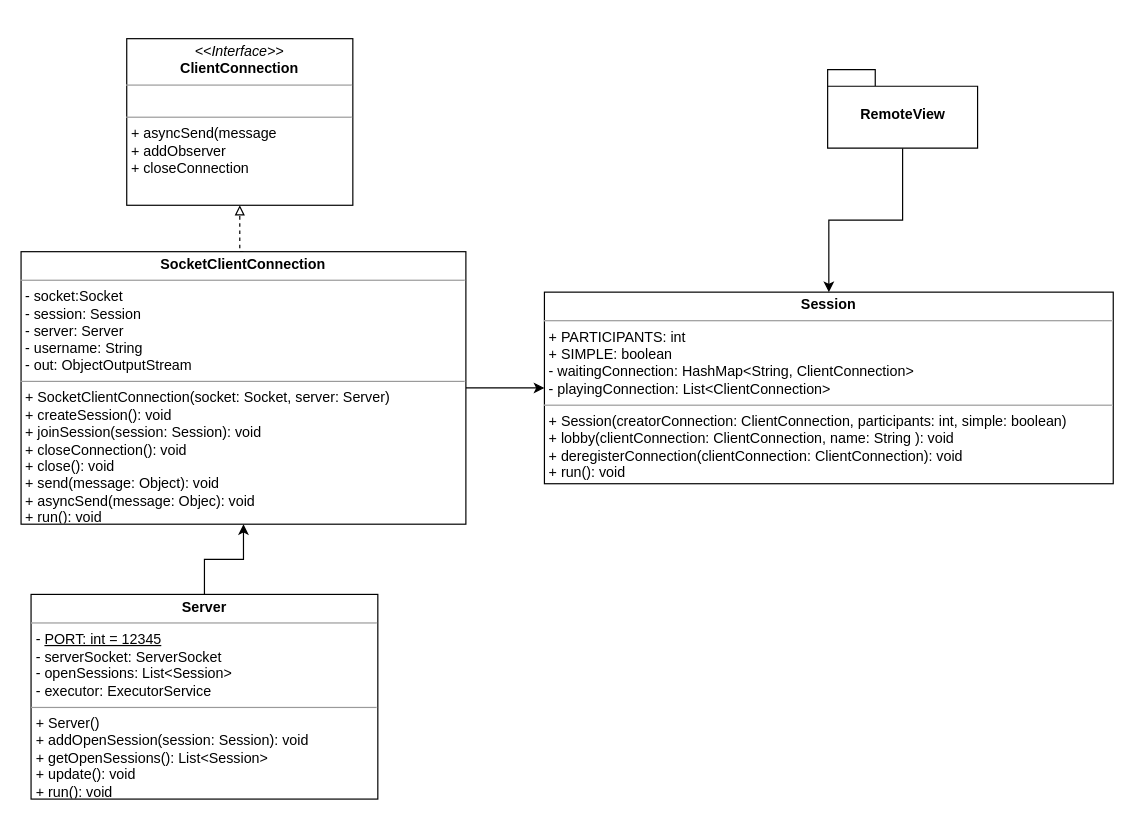
Before: UML/Server.drawio in peppetort/POLIMI_SE_19-20_santorini, a draw.io diagram. Source tidied: cells renumbered, new cells numbered last; positions are measured from the earlier drawing's top-left corner, leaving out a move shared by most shapes. Both pictures are drawn from the tidied source at 119%, with x=0, y=0 at pixel (20, 38).
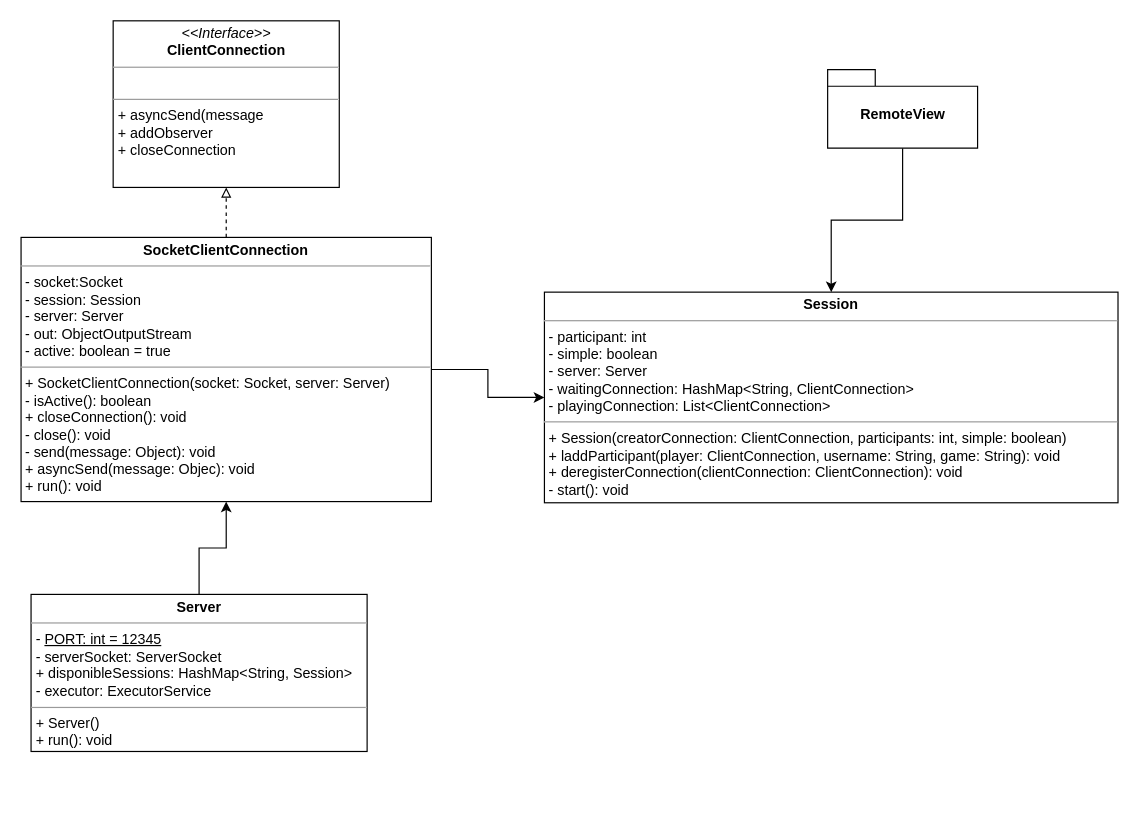
Above is the later version.

Commit message (it also covers changes not shown here):
Modificato UML e rivista parte di rete

The edit, as a diff of the source:
```diff
@@
 <mxGraphModel>
   <root>
     <mxCell id="0" />
     <mxCell id="1" parent="0" />
-    <mxCell id="2" value="&lt;p style=&quot;margin: 0px ; margin-top: 4px ; text-align: center&quot;&gt;&lt;b&gt;Server&lt;/b&gt;&lt;/p&gt;&lt;hr size=&quot;1&quot;&gt;&lt;p style=&quot;margin: 0px ; margin-left: 4px&quot;&gt;&lt;span&gt;-&amp;nbsp;&lt;/span&gt;&lt;u&gt;PORT: int = 12345&lt;/u&gt;&lt;br&gt;&lt;/p&gt;&lt;p style=&quot;margin: 0px ; margin-left: 4px&quot;&gt;- serverSocket: ServerSocket&lt;/p&gt;&lt;p style=&quot;margin: 0px ; margin-left: 4px&quot;&gt;- openSessions: List&amp;lt;Session&amp;gt;&lt;/p&gt;&lt;p style=&quot;margin: 0px ; margin-left: 4px&quot;&gt;- executor: ExecutorService&lt;/p&gt;&lt;hr size=&quot;1&quot;&gt;&lt;p style=&quot;margin: 0px ; margin-left: 4px&quot;&gt;+ Server()&lt;/p&gt;&lt;p style=&quot;margin: 0px ; margin-left: 4px&quot;&gt;+ addOpenSession(session: Session): void&lt;/p&gt;&lt;p style=&quot;margin: 0px ; margin-left: 4px&quot;&gt;&lt;span&gt;+ getOpenSessions(): List&amp;lt;Session&amp;gt;&lt;/span&gt;&lt;/p&gt;&lt;p style=&quot;margin: 0px ; margin-left: 4px&quot;&gt;&lt;span&gt;+ update(): void&lt;/span&gt;&lt;/p&gt;&lt;p style=&quot;margin: 0px ; margin-left: 4px&quot;&gt;&lt;span&gt;+ run(): void&lt;/span&gt;&lt;br&gt;&lt;/p&gt;" style="verticalAlign=top;align=left;overflow=fill;fontSize=12;fontFamily=Helvetica;html=1;" parent="1" vertex="1">
-      <mxGeometry x="8.6" y="467" width="291.4" height="172" as="geometry" />
+    <mxCell id="2" value="&lt;p style=&quot;margin: 0px ; margin-top: 4px ; text-align: center&quot;&gt;&lt;b&gt;Server&lt;/b&gt;&lt;/p&gt;&lt;hr size=&quot;1&quot;&gt;&lt;p style=&quot;margin: 0px ; margin-left: 4px&quot;&gt;&lt;span&gt;-&amp;nbsp;&lt;/span&gt;&lt;u&gt;PORT: int = 12345&lt;/u&gt;&lt;br&gt;&lt;/p&gt;&lt;p style=&quot;margin: 0px ; margin-left: 4px&quot;&gt;- serverSocket: ServerSocket&lt;/p&gt;&lt;p style=&quot;margin: 0px ; margin-left: 4px&quot;&gt;+ disponibleSessions: HashMap&amp;lt;String, Session&amp;gt;&lt;/p&gt;&lt;p style=&quot;margin: 0px ; margin-left: 4px&quot;&gt;- executor: ExecutorService&lt;/p&gt;&lt;hr size=&quot;1&quot;&gt;&lt;p style=&quot;margin: 0px ; margin-left: 4px&quot;&gt;+ Server()&lt;/p&gt;&lt;p style=&quot;margin: 0px ; margin-left: 4px&quot;&gt;&lt;span&gt;+ run(): void&lt;/span&gt;&lt;br&gt;&lt;/p&gt;" style="verticalAlign=top;align=left;overflow=fill;fontSize=12;fontFamily=Helvetica;html=1;" parent="1" vertex="1">
+      <mxGeometry x="8.6" y="467" width="282.4" height="132" as="geometry" />
     </mxCell>
     <mxCell id="3" style="edgeStyle=orthogonalEdgeStyle;rounded=0;jettySize=auto;html=1;entryX=0.5;entryY=1;entryDx=0;entryDy=0;endArrow=block;endFill=0;dashed=1;exitX=0.5;exitY=0;exitDx=0;exitDy=0;" parent="1" edge="1" source="5" target="6">
       <mxGeometry relative="1" as="geometry" />
     </mxCell>
     <mxCell id="4" style="edgeStyle=orthogonalEdgeStyle;rounded=0;jettySize=auto;html=1;endArrow=classic;endFill=1;" parent="1" edge="1" source="5" target="8">
       <mxGeometry relative="1" as="geometry" />
     </mxCell>
-    <mxCell id="5" value="&lt;p style=&quot;margin: 0px ; margin-top: 4px ; text-align: center&quot;&gt;&lt;b&gt;SocketClientConnection&lt;/b&gt;&lt;/p&gt;&lt;hr size=&quot;1&quot;&gt;&lt;p style=&quot;margin: 0px ; margin-left: 4px&quot;&gt;- socket:Socket&lt;/p&gt;&lt;p style=&quot;margin: 0px ; margin-left: 4px&quot;&gt;- session: Session&lt;/p&gt;&lt;p style=&quot;margin: 0px ; margin-left: 4px&quot;&gt;- server: Server&lt;/p&gt;&lt;p style=&quot;margin: 0px ; margin-left: 4px&quot;&gt;- username: String&lt;/p&gt;&lt;p style=&quot;margin: 0px ; margin-left: 4px&quot;&gt;- out: ObjectOutputStream&lt;/p&gt;&lt;hr size=&quot;1&quot;&gt;&lt;p style=&quot;margin: 0px ; margin-left: 4px&quot;&gt;+ SocketClientConnection(socket: Socket, server: Server)&lt;/p&gt;&lt;p style=&quot;margin: 0px ; margin-left: 4px&quot;&gt;+ createSession(): void&lt;/p&gt;&lt;p style=&quot;margin: 0px ; margin-left: 4px&quot;&gt;+ joinSession(session: Session): void&lt;/p&gt;&lt;p style=&quot;margin: 0px ; margin-left: 4px&quot;&gt;+ closeConnection(): void&lt;/p&gt;&lt;p style=&quot;margin: 0px ; margin-left: 4px&quot;&gt;+ close(): void&lt;/p&gt;&lt;p style=&quot;margin: 0px ; margin-left: 4px&quot;&gt;+ send(message: Object): void&lt;/p&gt;&lt;p style=&quot;margin: 0px ; margin-left: 4px&quot;&gt;+ asyncSend(message: Objec): void&lt;/p&gt;&lt;p style=&quot;margin: 0px ; margin-left: 4px&quot;&gt;+ run(): void&lt;/p&gt;" style="verticalAlign=top;align=left;overflow=fill;fontSize=12;fontFamily=Helvetica;html=1;" parent="1" vertex="1">
-      <mxGeometry x="0.2" y="179" width="373.8" height="229" as="geometry" />
+    <mxCell id="5" value="&lt;p style=&quot;margin: 0px ; margin-top: 4px ; text-align: center&quot;&gt;&lt;b&gt;SocketClientConnection&lt;/b&gt;&lt;/p&gt;&lt;hr size=&quot;1&quot;&gt;&lt;p style=&quot;margin: 0px ; margin-left: 4px&quot;&gt;- socket:Socket&lt;/p&gt;&lt;p style=&quot;margin: 0px ; margin-left: 4px&quot;&gt;- session: Session&lt;/p&gt;&lt;p style=&quot;margin: 0px ; margin-left: 4px&quot;&gt;- server: Server&lt;/p&gt;&lt;p style=&quot;margin: 0px ; margin-left: 4px&quot;&gt;- out: ObjectOutputStream&lt;/p&gt;&lt;p style=&quot;margin: 0px ; margin-left: 4px&quot;&gt;- active: boolean = true&lt;/p&gt;&lt;hr size=&quot;1&quot;&gt;&lt;p style=&quot;margin: 0px ; margin-left: 4px&quot;&gt;+ SocketClientConnection(socket: Socket, server: Server)&lt;/p&gt;&lt;p style=&quot;margin: 0px ; margin-left: 4px&quot;&gt;- isActive(): boolean&lt;/p&gt;&lt;p style=&quot;margin: 0px ; margin-left: 4px&quot;&gt;+ closeConnection(): void&lt;/p&gt;&lt;p style=&quot;margin: 0px ; margin-left: 4px&quot;&gt;- close(): void&lt;/p&gt;&lt;p style=&quot;margin: 0px ; margin-left: 4px&quot;&gt;- send(message: Object): void&lt;/p&gt;&lt;p style=&quot;margin: 0px ; margin-left: 4px&quot;&gt;+ asyncSend(message: Objec): void&lt;/p&gt;&lt;p style=&quot;margin: 0px ; margin-left: 4px&quot;&gt;+ run(): void&lt;/p&gt;" style="verticalAlign=top;align=left;overflow=fill;fontSize=12;fontFamily=Helvetica;html=1;" parent="1" vertex="1">
+      <mxGeometry x="0.2" y="167" width="344.8" height="222" as="geometry" />
     </mxCell>
     <mxCell id="6" value="&lt;p style=&quot;margin: 0px ; margin-top: 4px ; text-align: center&quot;&gt;&lt;i&gt;&amp;lt;&amp;lt;Interface&amp;gt;&amp;gt;&lt;/i&gt;&lt;br&gt;&lt;b&gt;ClientConnection&lt;/b&gt;&lt;/p&gt;&lt;hr size=&quot;1&quot;&gt;&lt;p style=&quot;margin: 0px ; margin-left: 4px&quot;&gt;&lt;br&gt;&lt;/p&gt;&lt;hr size=&quot;1&quot;&gt;&lt;p style=&quot;margin: 0px ; margin-left: 4px&quot;&gt;+ asyncSend(message&lt;/p&gt;&lt;p style=&quot;margin: 0px ; margin-left: 4px&quot;&gt;+ addObserver&lt;/p&gt;&lt;p style=&quot;margin: 0px ; margin-left: 4px&quot;&gt;+ closeConnection&lt;/p&gt;" style="verticalAlign=top;align=left;overflow=fill;fontSize=12;fontFamily=Helvetica;html=1;" parent="1" vertex="1">
-      <mxGeometry x="89" width="190" height="140" as="geometry" />
+      <mxGeometry x="77.6" y="-15" width="190" height="140" as="geometry" />
     </mxCell>
     <mxCell id="7" style="edgeStyle=orthogonalEdgeStyle;rounded=0;jettySize=auto;html=1;endArrow=classic;endFill=1;" parent="1" edge="1" source="2" target="5">
       <mxGeometry relative="1" as="geometry" />
     </mxCell>
-    <mxCell id="8" value="&lt;p style=&quot;margin: 0px ; margin-top: 4px ; text-align: center&quot;&gt;&lt;b&gt;Session&lt;/b&gt;&lt;/p&gt;&lt;hr size=&quot;1&quot;&gt;&lt;p style=&quot;margin: 0px 0px 0px 4px&quot;&gt;+ PARTICIPANTS: int&lt;/p&gt;&lt;p style=&quot;margin: 0px 0px 0px 4px&quot;&gt;+ SIMPLE: boolean&lt;/p&gt;&lt;p style=&quot;margin: 0px 0px 0px 4px&quot;&gt;- waitingConnection: HashMap&amp;lt;String, ClientConnection&amp;gt;&lt;/p&gt;&lt;p style=&quot;margin: 0px 0px 0px 4px&quot;&gt;- playingConnection: List&amp;lt;ClientConnection&amp;gt;&lt;/p&gt;&lt;hr size=&quot;1&quot;&gt;&lt;p style=&quot;margin: 0px 0px 0px 4px&quot;&gt;+ Session(creatorConnection: ClientConnection, participants: int, simple: boolean)&lt;/p&gt;&lt;p style=&quot;margin: 0px 0px 0px 4px&quot;&gt;+&amp;nbsp;&lt;span&gt;lobby(clientConnection: ClientConnection, name: String ): void&lt;/span&gt;&lt;/p&gt;&lt;p style=&quot;margin: 0px 0px 0px 4px&quot;&gt;&lt;span&gt;+ deregisterConnection(clientConnection: ClientConnection): void&lt;/span&gt;&lt;/p&gt;&lt;div&gt;&lt;p style=&quot;margin: 0px 0px 0px 4px&quot;&gt;+ run(): void&lt;/p&gt;&lt;/div&gt;&lt;div&gt;&lt;br&gt;&lt;/div&gt;" style="verticalAlign=top;align=left;overflow=fill;fontSize=12;fontFamily=Helvetica;html=1;" parent="1" vertex="1">
-      <mxGeometry x="440" y="213" width="478" height="161" as="geometry" />
+    <mxCell id="8" value="&lt;p style=&quot;margin: 0px ; margin-top: 4px ; text-align: center&quot;&gt;&lt;b&gt;Session&lt;/b&gt;&lt;/p&gt;&lt;hr size=&quot;1&quot;&gt;&lt;p style=&quot;margin: 0px 0px 0px 4px&quot;&gt;- participant: int&lt;/p&gt;&lt;p style=&quot;margin: 0px 0px 0px 4px&quot;&gt;- simple: boolean&lt;/p&gt;&lt;p style=&quot;margin: 0px 0px 0px 4px&quot;&gt;- server: Server&lt;/p&gt;&lt;p style=&quot;margin: 0px 0px 0px 4px&quot;&gt;- waitingConnection: HashMap&amp;lt;String, ClientConnection&amp;gt;&lt;/p&gt;&lt;p style=&quot;margin: 0px 0px 0px 4px&quot;&gt;- playingConnection: List&amp;lt;ClientConnection&amp;gt;&lt;/p&gt;&lt;hr size=&quot;1&quot;&gt;&lt;p style=&quot;margin: 0px 0px 0px 4px&quot;&gt;+ Session(creatorConnection: ClientConnection, participants: int, simple: boolean)&lt;/p&gt;&lt;p style=&quot;margin: 0px 0px 0px 4px&quot;&gt;+&amp;nbsp;&lt;span&gt;laddParticipant(player: ClientConnection, username: String, game: String): void&lt;/span&gt;&lt;/p&gt;&lt;p style=&quot;margin: 0px 0px 0px 4px&quot;&gt;&lt;span&gt;+ deregisterConnection(clientConnection: ClientConnection): void&lt;/span&gt;&lt;/p&gt;&lt;div&gt;&lt;p style=&quot;margin: 0px 0px 0px 4px&quot;&gt;- start(): void&lt;/p&gt;&lt;/div&gt;&lt;div&gt;&lt;br&gt;&lt;/div&gt;" style="verticalAlign=top;align=left;overflow=fill;fontSize=12;fontFamily=Helvetica;html=1;" parent="1" vertex="1">
+      <mxGeometry x="440" y="213" width="482" height="177" as="geometry" />
     </mxCell>
     <mxCell id="9" style="edgeStyle=orthogonalEdgeStyle;rounded=0;jettySize=auto;html=1;" parent="1" edge="1" source="10" target="8">
       <mxGeometry relative="1" as="geometry" />
     </mxCell>
     <mxCell id="10" value="RemoteView" style="shape=folder;fontStyle=1;spacingTop=10;tabWidth=40;tabHeight=14;tabPosition=left;html=1;" parent="1" vertex="1">
       <mxGeometry x="678" y="26" width="126" height="66" as="geometry" />
     </mxCell>
   </root>
 </mxGraphModel>
```
